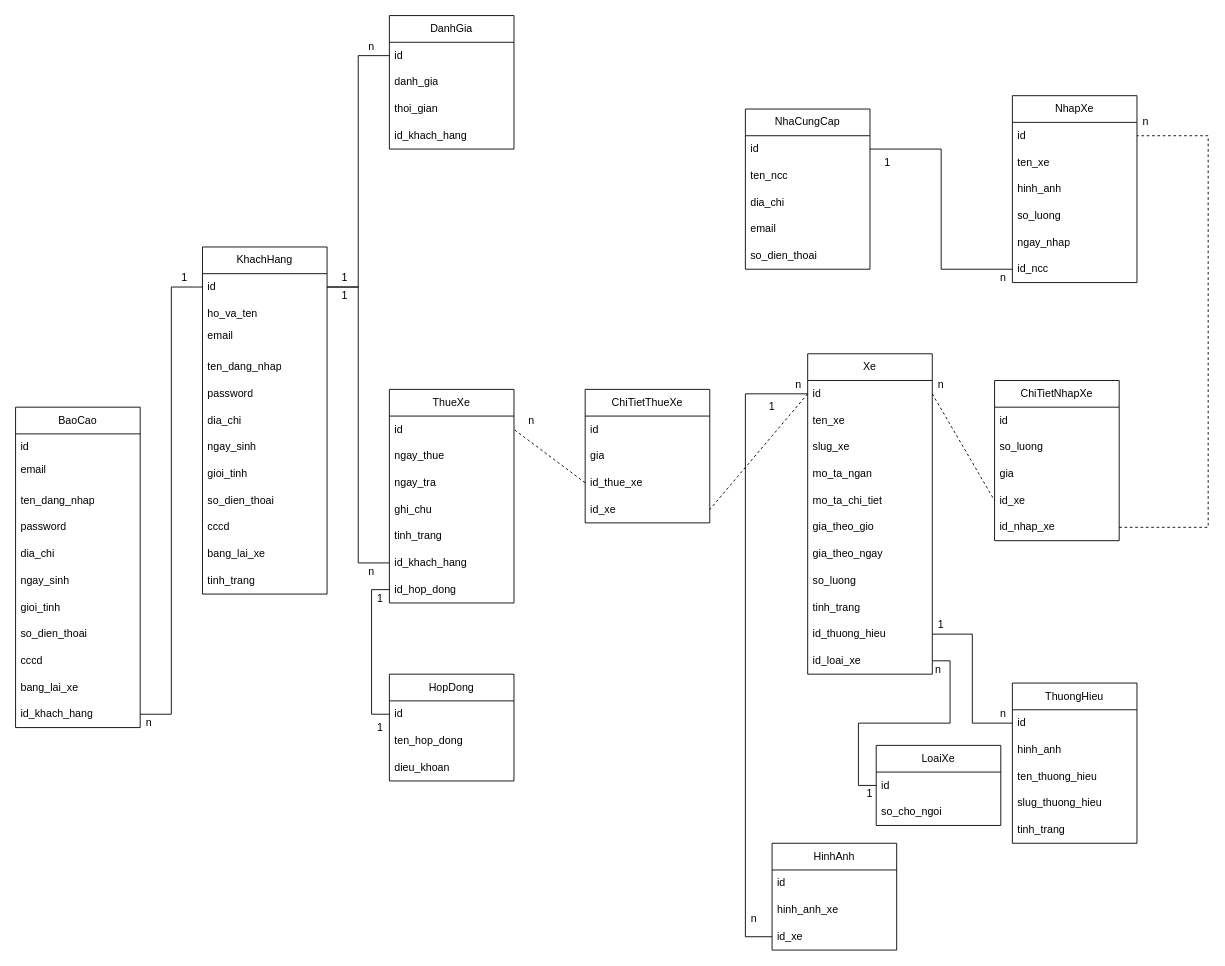
This is ocr.drawio from phtsnh26/SpeedGearX, a draw.io file, before an edit. Source tidied: cells renumbered, new cells numbered last; positions are measured from the earlier drawing's top-left corner, leaving out a move shared by most shapes. Both pictures are drawn from the tidied source at 89%, with x=0, y=0 at pixel (15, 15).
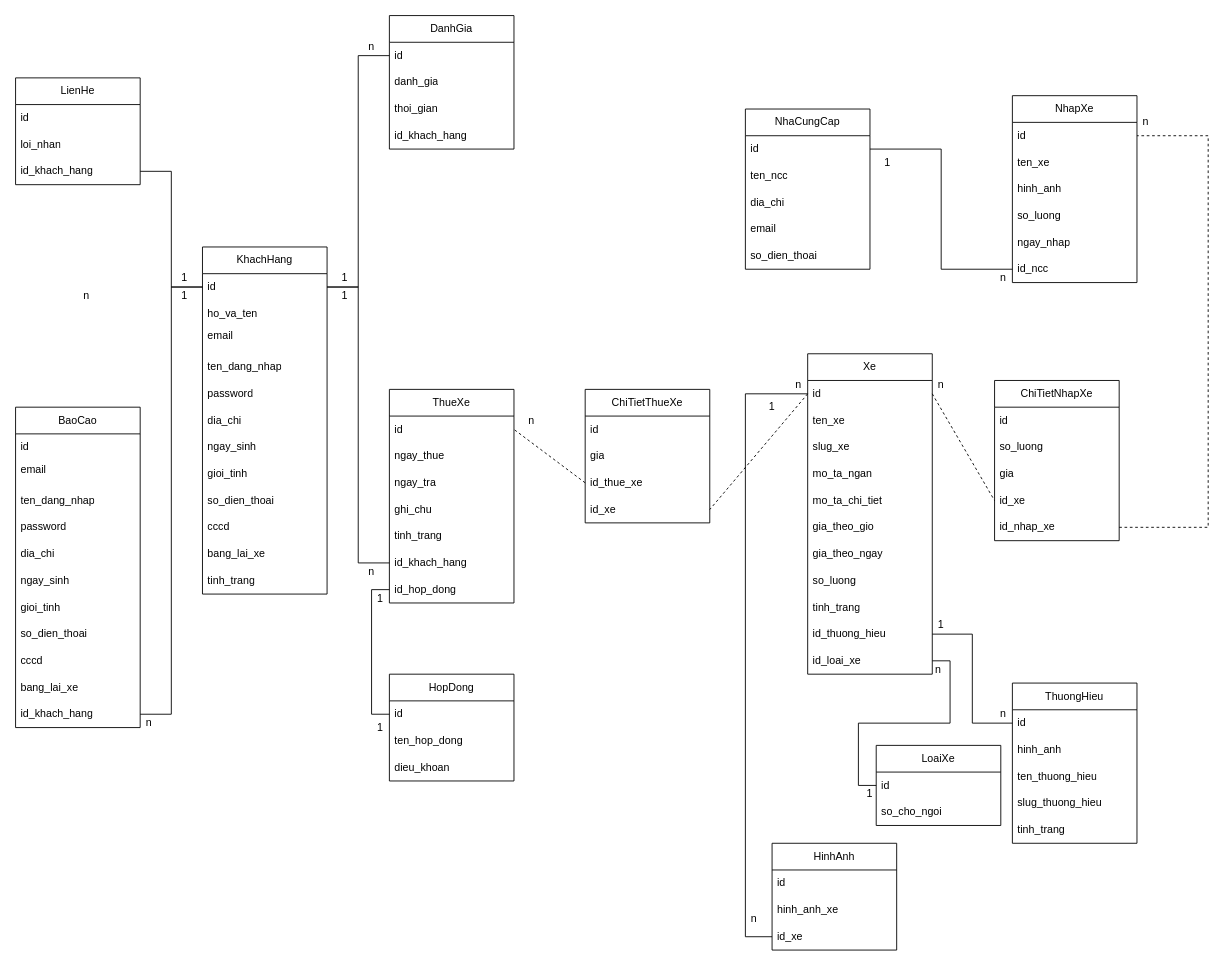
The same diagram, later.

Unchanged cells that the change refers to:
```xml
<mxCell id="3" value="id" style="text;strokeColor=none;fillColor=none;align=left;verticalAlign=middle;spacingLeft=4;spacingRight=4;overflow=hidden;points=[[0,0.5],[1,0.5]];portConstraint=eastwest;whiteSpace=wrap;html=1;" parent="2" vertex="1">
  <mxGeometry y="30" width="140" height="30" as="geometry" />
</mxCell>
```

The edit, as a diff of the source:
```diff
@@
+    <mxCell id="125" value="LienHe" style="swimlane;fontStyle=0;horizontal=1;startSize=30;whiteSpace=wrap;html=1;" parent="1" vertex="1">
+      <mxGeometry y="70" width="140" height="120" as="geometry" />
+    </mxCell>
+    <mxCell id="126" value="id" style="text;strokeColor=none;fillColor=none;align=left;verticalAlign=middle;spacingLeft=4;spacingRight=4;overflow=hidden;whiteSpace=wrap;html=1;" parent="125" vertex="1">
+      <mxGeometry y="30" width="140" height="30" as="geometry" />
+    </mxCell>
+    <mxCell id="127" value="loi_nhan" style="text;strokeColor=none;fillColor=none;align=left;verticalAlign=middle;spacingLeft=4;spacingRight=4;overflow=hidden;whiteSpace=wrap;html=1;" parent="125" vertex="1">
+      <mxGeometry y="60" width="140" height="30" as="geometry" />
+    </mxCell>
+    <mxCell id="128" value="id_khach_hang" style="text;strokeColor=none;fillColor=none;align=left;verticalAlign=middle;spacingLeft=4;spacingRight=4;overflow=hidden;points=[[0,0.5],[1,0.5]];portConstraint=eastwest;whiteSpace=wrap;html=1;" parent="125" vertex="1">
+      <mxGeometry y="90" width="140" height="30" as="geometry" />
+    </mxCell>
+    <mxCell id="129" style="edgeStyle=orthogonalEdgeStyle;rounded=0;jettySize=auto;html=1;endArrow=none;endFill=0;" parent="1" edge="1" source="128" target="3">
+      <mxGeometry relative="1" as="geometry" />
+    </mxCell>
+    <mxCell id="130" value="1" style="text;html=1;strokeColor=none;fillColor=none;align=center;verticalAlign=middle;whiteSpace=wrap;rounded=0;" parent="1" vertex="1">
+      <mxGeometry x="160" y="300" width="60" height="30" as="geometry" />
+    </mxCell>
+    <mxCell id="131" value="n" style="text;html=1;strokeColor=none;fillColor=none;align=center;verticalAlign=middle;whiteSpace=wrap;rounded=0;" parent="1" vertex="1">
+      <mxGeometry x="50" y="300" width="60" height="30" as="geometry" />
+    </mxCell>
```
